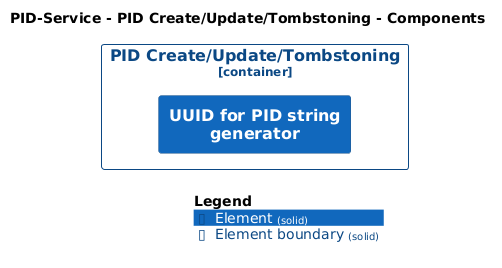
The PlantUML diagram master/png/Component-002.png in bingert/PID-System-C4-Model, before a commit.
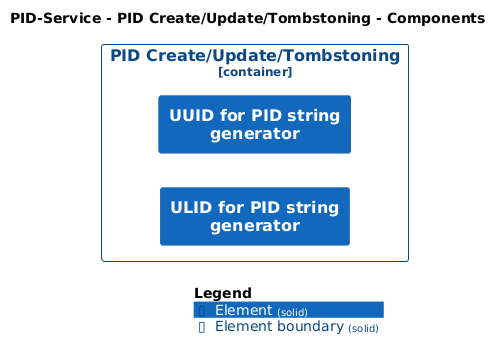
After the commit.

Change to the diagram source:
```diff
@@ -14,6 +14,7 @@
 
 Container_Boundary("PIDService.PIDCreateUpdateTombstoning_boundary", "PID Create/Update/Tombstoning", $tags="Element") {
   Component(PIDService.PIDCreateUpdateTombstoning.UUIDforPIDstringgenerator, "UUID for PID string generator", $techn="", $descr="", $tags="Element", $link="")
+  Component(PIDService.PIDCreateUpdateTombstoning.ULIDforPIDstringgenerator, "ULID for PID string generator", $techn="", $descr="", $tags="Element", $link="")
 }
 
 
```
